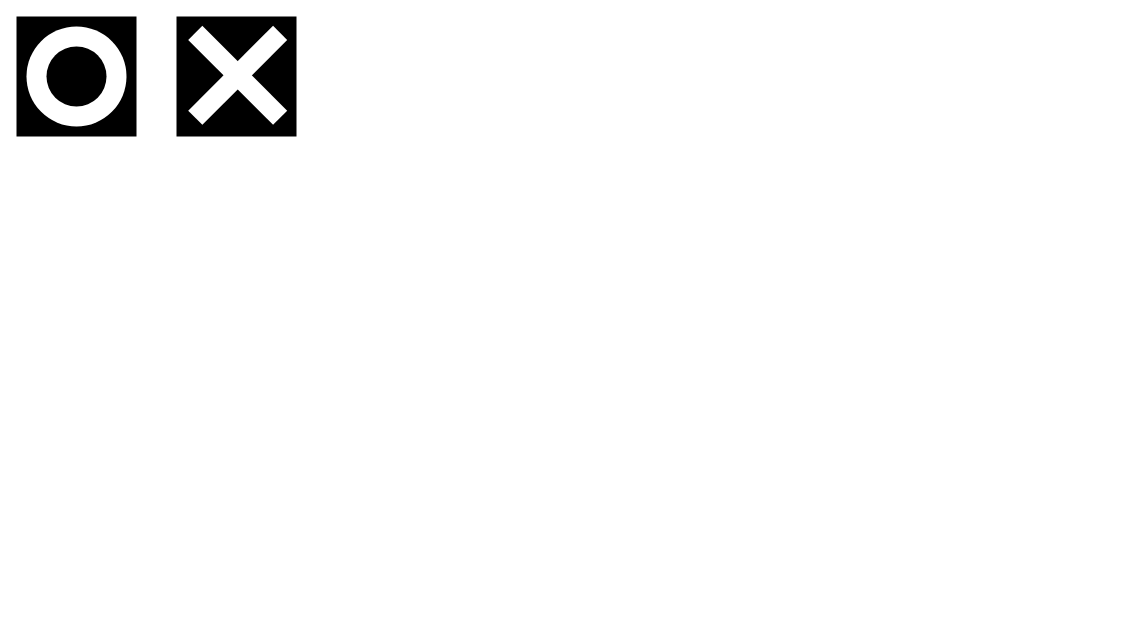
Before: src/thimble-bits/docs/digits.drawio in boytchev/scorm, a draw.io diagram. Source tidied: cells renumbered, new cells numbered last; positions are measured from the earlier drawing's top-left corner, leaving out a move shared by most shapes. Both pictures are drawn from the tidied source at 100%, with x=0, y=0 at pixel (16, 15).
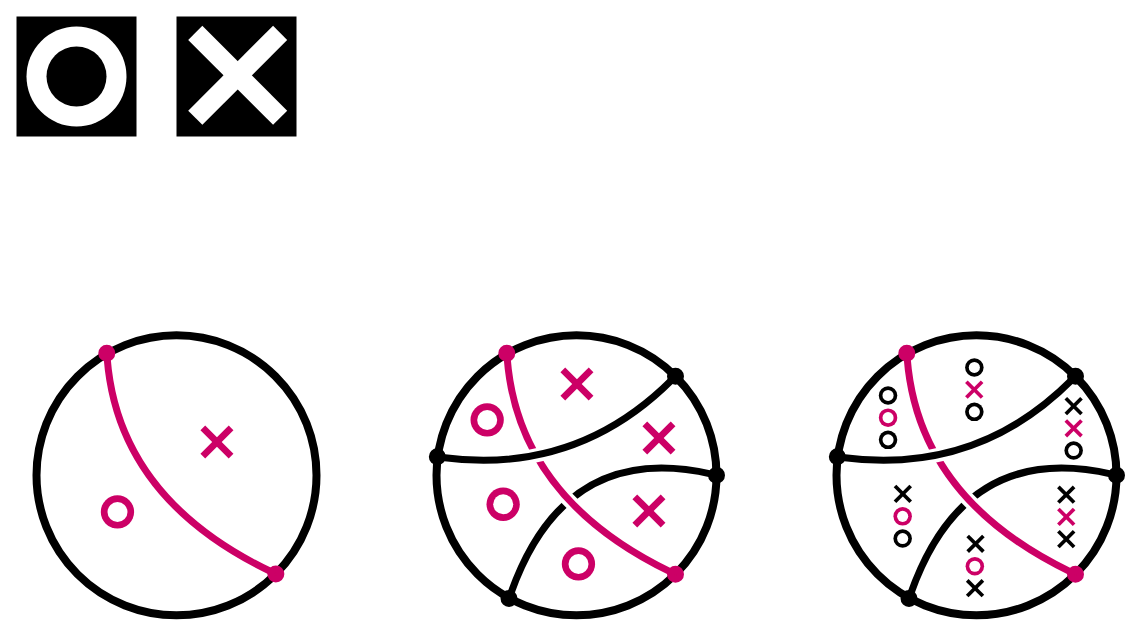
Above is the later version.

The edit, as a diff of the source:
```diff
@@
+    <mxCell id="8" style="ellipse;whiteSpace=wrap;html=1;fillColor=none;strokeWidth=8;" parent="1" vertex="1">
+      <mxGeometry x="20" y="319.8" width="280" height="280" as="geometry" />
+    </mxCell>
+    <mxCell id="9" style="ellipse;whiteSpace=wrap;html=1;fillColor=none;strokeWidth=8;" parent="1" vertex="1">
+      <mxGeometry x="420" y="319.8" width="280" height="280" as="geometry" />
+    </mxCell>
+    <mxCell id="10" style="endArrow=oval;html=1;curved=1;strokeWidth=7;entryX=1;entryY=1;entryDx=0;entryDy=0;exitX=0.251;exitY=0.064;exitDx=0;exitDy=0;strokeColor=#CC0066;exitPerimeter=0;endFill=1;startArrow=oval;startFill=1;endSize=10;startSize=10;" parent="1" edge="1" source="8" target="8">
+      <mxGeometry relative="1" as="geometry">
+        <Array as="points">
+          <mxPoint x="101.7" y="483.1" />
+        </Array>
+      </mxGeometry>
+    </mxCell>
@@
+    <mxCell id="11" style="group;" parent="1" vertex="1">
+      <mxGeometry x="454" y="387.8" width="33.3" height="33.3" as="geometry" />
+    </mxCell>
+    <mxCell id="12" style="ellipse;whiteSpace=wrap;html=1;strokeColor=none;fillColor=#CC0066;" parent="11" vertex="1">
+      <mxGeometry width="33.3" height="33.3" as="geometry" />
+    </mxCell>
+    <mxCell id="13" style="ellipse;whiteSpace=wrap;html=1;strokeColor=none;fillColor=#FFFFFF;" parent="11" vertex="1">
+      <mxGeometry x="6.7" y="6.7" width="20" height="20" as="geometry" />
+    </mxCell>
+    <mxCell id="14" style="group;" parent="1" vertex="1">
+      <mxGeometry x="540" y="348.8" width="40" height="40" as="geometry" />
+    </mxCell>
+    <mxCell id="15" style="rounded=0;whiteSpace=wrap;html=1;fillColor=#CC0066;strokeColor=none;rotation=45;" parent="14" vertex="1">
+      <mxGeometry x="17.1" y="-0.4" width="6.7" height="40" as="geometry" />
+    </mxCell>
+    <mxCell id="16" style="rounded=0;whiteSpace=wrap;html=1;fillColor=#CC0066;strokeColor=none;rotation=-45;" parent="14" vertex="1">
+      <mxGeometry x="17.1" y="-0.4" width="6.7" height="40" as="geometry" />
+    </mxCell>
+    <mxCell id="17" style="group;" parent="1" vertex="1">
+      <mxGeometry x="622" y="402.8" width="40" height="40" as="geometry" />
+    </mxCell>
+    <mxCell id="18" style="rounded=0;whiteSpace=wrap;html=1;fillColor=#CC0066;strokeColor=none;rotation=45;" parent="17" vertex="1">
+      <mxGeometry x="17.1" y="-0.4" width="6.7" height="40" as="geometry" />
+    </mxCell>
+    <mxCell id="19" style="rounded=0;whiteSpace=wrap;html=1;fillColor=#CC0066;strokeColor=none;rotation=-45;" parent="17" vertex="1">
+      <mxGeometry x="17.1" y="-0.4" width="6.7" height="40" as="geometry" />
+    </mxCell>
+    <mxCell id="20" style="group;" parent="1" vertex="1">
+      <mxGeometry x="84.3" y="479.8" width="33.3" height="33.3" as="geometry" />
+    </mxCell>
+    <mxCell id="21" style="ellipse;whiteSpace=wrap;html=1;strokeColor=none;fillColor=#CC0066;" parent="20" vertex="1">
+      <mxGeometry width="33.3" height="33.3" as="geometry" />
+    </mxCell>
+    <mxCell id="22" style="ellipse;whiteSpace=wrap;html=1;strokeColor=none;fillColor=#FFFFFF;" parent="20" vertex="1">
+      <mxGeometry x="6.7" y="6.7" width="20" height="20" as="geometry" />
+    </mxCell>
+    <mxCell id="23" style="group;" parent="1" vertex="1">
+      <mxGeometry x="180" y="406.8" width="40" height="40" as="geometry" />
+    </mxCell>
+    <mxCell id="24" style="rounded=0;whiteSpace=wrap;html=1;fillColor=#CC0066;strokeColor=none;rotation=45;" parent="23" vertex="1">
+      <mxGeometry x="17.1" y="-0.4" width="6.7" height="40" as="geometry" />
+    </mxCell>
+    <mxCell id="25" style="rounded=0;whiteSpace=wrap;html=1;fillColor=#CC0066;strokeColor=none;rotation=-45;" parent="23" vertex="1">
+      <mxGeometry x="17.1" y="-0.4" width="6.7" height="40" as="geometry" />
+    </mxCell>
+    <mxCell id="26" style="endArrow=oval;html=1;curved=1;strokeWidth=7;entryX=1;entryY=0.5;entryDx=0;entryDy=0;exitX=0.259;exitY=0.94;exitDx=0;exitDy=0;endSize=10;startSize=10;startArrow=oval;startFill=1;endFill=1;exitPerimeter=0;" parent="1" edge="1" source="9" target="9">
+      <mxGeometry relative="1" as="geometry">
+        <Array as="points">
+          <mxPoint x="548.3" y="424.8" />
+        </Array>
+      </mxGeometry>
+    </mxCell>
+    <mxCell id="27" style="rounded=0;whiteSpace=wrap;html=1;strokeColor=none;strokeWidth=0.5;fillColor=#FFFFFF;rotation=-44.9;" parent="1" vertex="1">
+      <mxGeometry x="546.7" y="477.1" width="14.2" height="18" as="geometry" />
+    </mxCell>
+    <mxCell id="28" style="group;" parent="1" vertex="1">
+      <mxGeometry x="545.3" y="531.8" width="33.3" height="33.3" as="geometry" />
+    </mxCell>
+    <mxCell id="29" style="ellipse;whiteSpace=wrap;html=1;strokeColor=none;fillColor=#CC0066;" parent="28" vertex="1">
+      <mxGeometry width="33.3" height="33.3" as="geometry" />
+    </mxCell>
+    <mxCell id="30" style="ellipse;whiteSpace=wrap;html=1;strokeColor=none;fillColor=#FFFFFF;" parent="28" vertex="1">
+      <mxGeometry x="6.7" y="6.7" width="20" height="20" as="geometry" />
+    </mxCell>
+    <mxCell id="31" style="group;" parent="1" vertex="1">
+      <mxGeometry x="470" y="472.1" width="33.3" height="33.3" as="geometry" />
+    </mxCell>
+    <mxCell id="32" style="ellipse;whiteSpace=wrap;html=1;strokeColor=none;fillColor=#CC0066;" parent="31" vertex="1">
+      <mxGeometry width="33.3" height="33.3" as="geometry" />
+    </mxCell>
+    <mxCell id="33" style="ellipse;whiteSpace=wrap;html=1;strokeColor=none;fillColor=#FFFFFF;" parent="31" vertex="1">
+      <mxGeometry x="6.7" y="6.7" width="20" height="20" as="geometry" />
+    </mxCell>
+    <mxCell id="34" style="group;" parent="1" vertex="1">
+      <mxGeometry x="612" y="475.8" width="40" height="40" as="geometry" />
+    </mxCell>
+    <mxCell id="35" style="rounded=0;whiteSpace=wrap;html=1;fillColor=#CC0066;strokeColor=none;rotation=45;" parent="34" vertex="1">
+      <mxGeometry x="17.1" y="-0.4" width="6.7" height="40" as="geometry" />
+    </mxCell>
+    <mxCell id="36" style="rounded=0;whiteSpace=wrap;html=1;fillColor=#CC0066;strokeColor=none;rotation=-45;" parent="34" vertex="1">
+      <mxGeometry x="17.1" y="-0.4" width="6.7" height="40" as="geometry" />
+    </mxCell>
+    <mxCell id="37" style="endArrow=oval;html=1;curved=1;strokeWidth=7;entryX=1;entryY=1;entryDx=0;entryDy=0;exitX=0.251;exitY=0.064;exitDx=0;exitDy=0;strokeColor=#CC0066;exitPerimeter=0;endFill=1;startArrow=oval;startFill=1;endSize=10;startSize=10;" parent="1" edge="1">
+      <mxGeometry relative="1" as="geometry">
+        <mxPoint x="490.3" y="337.7" as="sourcePoint" />
+        <mxPoint x="659" y="558.8" as="targetPoint" />
+        <Array as="points">
+          <mxPoint x="501.7" y="483.1" />
+        </Array>
+      </mxGeometry>
+    </mxCell>
+    <mxCell id="38" style="rounded=0;whiteSpace=wrap;html=1;strokeColor=none;strokeWidth=0.5;fillColor=#FFFFFF;rotation=-12;" parent="1" vertex="1">
+      <mxGeometry x="511.2" y="432.8" width="17.7" height="14" as="geometry" />
+    </mxCell>
+    <mxCell id="39" style="endArrow=oval;html=1;curved=1;strokeWidth=7;entryX=1;entryY=0;entryDx=0;entryDy=0;exitX=0.003;exitY=0.434;exitDx=0;exitDy=0;endSize=10;startSize=10;endFill=1;startArrow=oval;startFill=1;exitPerimeter=0;" parent="1" edge="1" source="9" target="9">
+      <mxGeometry relative="1" as="geometry">
+        <Array as="points">
+          <mxPoint x="560" y="459.8" />
+        </Array>
+      </mxGeometry>
+    </mxCell>
+    <mxCell id="40" style="ellipse;whiteSpace=wrap;html=1;fillColor=none;strokeWidth=8;" parent="1" vertex="1">
+      <mxGeometry x="820" y="319.8" width="280" height="280" as="geometry" />
+    </mxCell>
+    <mxCell id="41" style="endArrow=oval;html=1;curved=1;strokeWidth=7;entryX=1;entryY=0.5;entryDx=0;entryDy=0;exitX=0.259;exitY=0.94;exitDx=0;exitDy=0;endSize=10;startSize=10;startArrow=oval;startFill=1;endFill=1;exitPerimeter=0;" parent="1" edge="1" source="40" target="40">
+      <mxGeometry relative="1" as="geometry">
+        <Array as="points">
+          <mxPoint x="948.3" y="424.8" />
+        </Array>
+      </mxGeometry>
+    </mxCell>
+    <mxCell id="42" style="rounded=0;whiteSpace=wrap;html=1;strokeColor=none;strokeWidth=0.5;fillColor=#FFFFFF;rotation=-44.9;" parent="1" vertex="1">
+      <mxGeometry x="946.7" y="477.1" width="14.2" height="18" as="geometry" />
+    </mxCell>
+    <mxCell id="43" style="endArrow=oval;html=1;curved=1;strokeWidth=7;entryX=1;entryY=1;entryDx=0;entryDy=0;exitX=0.251;exitY=0.064;exitDx=0;exitDy=0;strokeColor=#CC0066;exitPerimeter=0;endFill=1;startArrow=oval;startFill=1;endSize=10;startSize=10;" parent="1" edge="1">
+      <mxGeometry relative="1" as="geometry">
+        <mxPoint x="890.3" y="337.7" as="sourcePoint" />
+        <mxPoint x="1059" y="558.8" as="targetPoint" />
+        <Array as="points">
+          <mxPoint x="901.7" y="483.1" />
+        </Array>
+      </mxGeometry>
+    </mxCell>
+    <mxCell id="44" style="rounded=0;whiteSpace=wrap;html=1;strokeColor=none;strokeWidth=0.5;fillColor=#FFFFFF;rotation=-12;" parent="1" vertex="1">
+      <mxGeometry x="911.2" y="432.8" width="17.7" height="14" as="geometry" />
+    </mxCell>
+    <mxCell id="45" style="endArrow=oval;html=1;curved=1;strokeWidth=7;entryX=1;entryY=0;entryDx=0;entryDy=0;exitX=0.003;exitY=0.434;exitDx=0;exitDy=0;endSize=10;startSize=10;endFill=1;startArrow=oval;startFill=1;exitPerimeter=0;" parent="1" edge="1" source="40" target="40">
+      <mxGeometry relative="1" as="geometry">
+        <Array as="points">
+          <mxPoint x="960" y="459.8" />
+        </Array>
+      </mxGeometry>
+    </mxCell>
+    <mxCell id="46" style="group;" parent="1" vertex="1">
+      <mxGeometry x="1038.4" y="468.3" width="22.2" height="66.7" as="geometry" />
+    </mxCell>
+    <mxCell id="47" style="group;" parent="46" vertex="1">
+      <mxGeometry y="44.4" width="22.2" height="22.2" as="geometry" />
+    </mxCell>
+    <mxCell id="48" style="rounded=0;whiteSpace=wrap;html=1;fillColor=#000000;strokeColor=none;rotation=45;" parent="47" vertex="1">
+      <mxGeometry x="9.5" y="-0.2" width="3.7" height="22.2" as="geometry" />
+    </mxCell>
+    <mxCell id="49" style="rounded=0;whiteSpace=wrap;html=1;fillColor=#000000;strokeColor=none;rotation=-45;" parent="47" vertex="1">
+      <mxGeometry x="9.5" y="-0.2" width="3.7" height="22.2" as="geometry" />
+    </mxCell>
+    <mxCell id="50" style="group;" parent="46" vertex="1">
+      <mxGeometry y="22.2" width="22.2" height="22.2" as="geometry" />
+    </mxCell>
+    <mxCell id="51" style="rounded=0;whiteSpace=wrap;html=1;fillColor=#CC0066;strokeColor=none;rotation=45;" parent="50" vertex="1">
+      <mxGeometry x="9.5" y="-0.2" width="3.7" height="22.2" as="geometry" />
+    </mxCell>
+    <mxCell id="52" style="rounded=0;whiteSpace=wrap;html=1;fillColor=#CC0066;strokeColor=none;rotation=-45;" parent="50" vertex="1">
+      <mxGeometry x="9.5" y="-0.2" width="3.7" height="22.2" as="geometry" />
+    </mxCell>
+    <mxCell id="53" style="rounded=0;whiteSpace=wrap;html=1;fillColor=#000000;strokeColor=none;rotation=45;" parent="46" vertex="1">
+      <mxGeometry x="9.5" y="-0.2" width="3.7" height="22.2" as="geometry" />
+    </mxCell>
+    <mxCell id="54" style="rounded=0;whiteSpace=wrap;html=1;fillColor=#000000;strokeColor=none;rotation=-45;" parent="46" vertex="1">
+      <mxGeometry x="9.5" y="-0.2" width="3.7" height="22.2" as="geometry" />
+    </mxCell>
+    <mxCell id="55" style="group;" parent="1" vertex="1">
+      <mxGeometry x="946.4" y="340.8" width="22.5" height="66.7" as="geometry" />
+    </mxCell>
+    <mxCell id="56" style="group;" parent="55" vertex="1">
+      <mxGeometry y="22.4" width="22.2" height="22.2" as="geometry" />
+    </mxCell>
+    <mxCell id="57" style="rounded=0;whiteSpace=wrap;html=1;fillColor=#CC0066;strokeColor=none;rotation=45;" parent="56" vertex="1">
+      <mxGeometry x="9.5" y="-0.2" width="3.7" height="22.2" as="geometry" />
+    </mxCell>
+    <mxCell id="58" style="rounded=0;whiteSpace=wrap;html=1;fillColor=#CC0066;strokeColor=none;rotation=-45;" parent="56" vertex="1">
+      <mxGeometry x="9.5" y="-0.2" width="3.7" height="22.2" as="geometry" />
+    </mxCell>
+    <mxCell id="59" style="group;" parent="55" vertex="1">
+      <mxGeometry x="0.3" y="44.4" width="22.2" height="22.2" as="geometry" />
+    </mxCell>
+    <mxCell id="60" style="ellipse;whiteSpace=wrap;html=1;strokeColor=none;fillColor=#000000;" parent="59" vertex="1">
+      <mxGeometry x="1.9" y="1.9" width="18.5" height="18.5" as="geometry" />
+    </mxCell>
+    <mxCell id="61" style="ellipse;whiteSpace=wrap;html=1;strokeColor=none;fillColor=#FFFFFF;" parent="59" vertex="1">
+      <mxGeometry x="5.6" y="5.6" width="11.1" height="11.1" as="geometry" />
+    </mxCell>
+    <mxCell id="62" style="group;" parent="55" vertex="1">
+      <mxGeometry x="0.3" width="22.2" height="22.2" as="geometry" />
+    </mxCell>
+    <mxCell id="63" style="ellipse;whiteSpace=wrap;html=1;strokeColor=none;fillColor=#000000;" parent="62" vertex="1">
+      <mxGeometry x="1.9" y="1.9" width="18.5" height="18.5" as="geometry" />
+    </mxCell>
+    <mxCell id="64" style="ellipse;whiteSpace=wrap;html=1;strokeColor=none;fillColor=#FFFFFF;" parent="62" vertex="1">
+      <mxGeometry x="5.6" y="5.6" width="11.1" height="11.1" as="geometry" />
+    </mxCell>
+    <mxCell id="65" style="group;" parent="1" vertex="1">
+      <mxGeometry x="1045.8" y="379.7" width="22.2" height="64.6" as="geometry" />
+    </mxCell>
+    <mxCell id="66" style="group;" parent="65" vertex="1">
+      <mxGeometry width="22.2" height="22.2" as="geometry" />
+    </mxCell>
+    <mxCell id="67" style="rounded=0;whiteSpace=wrap;html=1;fillColor=#000000;strokeColor=none;rotation=45;" parent="66" vertex="1">
+      <mxGeometry x="9.5" y="-0.2" width="3.7" height="22.2" as="geometry" />
+    </mxCell>
+    <mxCell id="68" style="rounded=0;whiteSpace=wrap;html=1;fillColor=#000000;strokeColor=none;rotation=-45;" parent="66" vertex="1">
+      <mxGeometry x="9.5" y="-0.2" width="3.7" height="22.2" as="geometry" />
+    </mxCell>
+    <mxCell id="69" style="group;" parent="65" vertex="1">
+      <mxGeometry y="22.2" width="22.2" height="22.2" as="geometry" />
+    </mxCell>
+    <mxCell id="70" style="rounded=0;whiteSpace=wrap;html=1;fillColor=#CC0066;strokeColor=none;rotation=45;" parent="69" vertex="1">
+      <mxGeometry x="9.5" y="-0.2" width="3.7" height="22.2" as="geometry" />
+    </mxCell>
+    <mxCell id="71" style="rounded=0;whiteSpace=wrap;html=1;fillColor=#CC0066;strokeColor=none;rotation=-45;" parent="69" vertex="1">
+      <mxGeometry x="9.5" y="-0.2" width="3.7" height="22.2" as="geometry" />
+    </mxCell>
+    <mxCell id="72" style="ellipse;whiteSpace=wrap;html=1;strokeColor=none;fillColor=#000000;" parent="65" vertex="1">
+      <mxGeometry x="2.1" y="46.1" width="18.5" height="18.5" as="geometry" />
+    </mxCell>
+    <mxCell id="73" style="ellipse;whiteSpace=wrap;html=1;strokeColor=none;fillColor=#FFFFFF;" parent="65" vertex="1">
+      <mxGeometry x="5.8" y="49.8" width="11.1" height="11.1" as="geometry" />
+    </mxCell>
+    <mxCell id="74" style="group;" parent="1" vertex="1">
+      <mxGeometry x="947.2" y="519.1" width="22.2" height="64.9" as="geometry" />
+    </mxCell>
+    <mxCell id="75" style="group;" parent="74" vertex="1">
+      <mxGeometry y="42.7" width="22.2" height="22.2" as="geometry" />
+    </mxCell>
+    <mxCell id="76" style="rounded=0;whiteSpace=wrap;html=1;fillColor=#000000;strokeColor=none;rotation=45;" parent="75" vertex="1">
+      <mxGeometry x="9.5" y="-0.2" width="3.7" height="22.2" as="geometry" />
+    </mxCell>
+    <mxCell id="77" style="rounded=0;whiteSpace=wrap;html=1;fillColor=#000000;strokeColor=none;rotation=-45;" parent="75" vertex="1">
+      <mxGeometry x="9.5" y="-0.2" width="3.7" height="22.2" as="geometry" />
+    </mxCell>
+    <mxCell id="78" style="group;" parent="74" vertex="1">
+      <mxGeometry y="20.5" width="22.2" height="22.2" as="geometry" />
+    </mxCell>
+    <mxCell id="79" style="ellipse;whiteSpace=wrap;html=1;strokeColor=none;fillColor=#CC0066;" parent="78" vertex="1">
+      <mxGeometry x="1.9" y="1.9" width="18.5" height="18.5" as="geometry" />
+    </mxCell>
+    <mxCell id="80" style="ellipse;whiteSpace=wrap;html=1;strokeColor=none;fillColor=#FFFFFF;" parent="78" vertex="1">
+      <mxGeometry x="5.6" y="5.6" width="11.1" height="11.1" as="geometry" />
+    </mxCell>
+    <mxCell id="81" style="rounded=0;whiteSpace=wrap;html=1;fillColor=#000000;strokeColor=none;rotation=45;" parent="74" vertex="1">
+      <mxGeometry x="10" y="-1.9" width="3.7" height="22.2" as="geometry" />
+    </mxCell>
+    <mxCell id="82" style="rounded=0;whiteSpace=wrap;html=1;fillColor=#000000;strokeColor=none;rotation=-45;" parent="74" vertex="1">
+      <mxGeometry x="10" y="-1.9" width="3.7" height="22.2" as="geometry" />
+    </mxCell>
+    <mxCell id="83" style="group;" parent="1" vertex="1">
+      <mxGeometry x="862.3" y="370.7" width="18.5" height="63" as="geometry" />
+    </mxCell>
+    <mxCell id="84" style="ellipse;whiteSpace=wrap;html=1;strokeColor=none;fillColor=#000000;" parent="83" vertex="1">
+      <mxGeometry y="44.4" width="18.5" height="18.5" as="geometry" />
+    </mxCell>
+    <mxCell id="85" style="ellipse;whiteSpace=wrap;html=1;strokeColor=none;fillColor=#FFFFFF;" parent="83" vertex="1">
+      <mxGeometry x="3.7" y="48.1" width="11.1" height="11.1" as="geometry" />
+    </mxCell>
+    <mxCell id="86" style="ellipse;whiteSpace=wrap;html=1;strokeColor=none;fillColor=#CC0066;" parent="83" vertex="1">
+      <mxGeometry y="22.2" width="18.5" height="18.5" as="geometry" />
+    </mxCell>
+    <mxCell id="87" style="ellipse;whiteSpace=wrap;html=1;strokeColor=none;fillColor=#FFFFFF;" parent="83" vertex="1">
+      <mxGeometry x="3.7" y="25.9" width="11.1" height="11.1" as="geometry" />
+    </mxCell>
+    <mxCell id="88" style="ellipse;whiteSpace=wrap;html=1;strokeColor=none;fillColor=#000000;" parent="83" vertex="1">
+      <mxGeometry width="18.5" height="18.5" as="geometry" />
+    </mxCell>
+    <mxCell id="89" style="ellipse;whiteSpace=wrap;html=1;strokeColor=none;fillColor=#FFFFFF;" parent="83" vertex="1">
+      <mxGeometry x="3.7" y="3.7" width="11.1" height="11.1" as="geometry" />
+    </mxCell>
+    <mxCell id="90" style="group;" parent="1" vertex="1">
+      <mxGeometry x="876.9" y="469.2" width="18.6" height="63.1" as="geometry" />
+    </mxCell>
+    <mxCell id="91" style="ellipse;whiteSpace=wrap;html=1;strokeColor=none;fillColor=#000000;" parent="90" vertex="1">
+      <mxGeometry y="44.6" width="18.5" height="18.5" as="geometry" />
+    </mxCell>
+    <mxCell id="92" style="ellipse;whiteSpace=wrap;html=1;strokeColor=none;fillColor=#FFFFFF;" parent="90" vertex="1">
+      <mxGeometry x="3.7" y="48.3" width="11.1" height="11.1" as="geometry" />
+    </mxCell>
+    <mxCell id="93" style="ellipse;whiteSpace=wrap;html=1;strokeColor=none;fillColor=#CC0066;" parent="90" vertex="1">
+      <mxGeometry y="22.4" width="18.5" height="18.5" as="geometry" />
+    </mxCell>
+    <mxCell id="94" style="ellipse;whiteSpace=wrap;html=1;strokeColor=none;fillColor=#FFFFFF;" parent="90" vertex="1">
+      <mxGeometry x="3.7" y="26.1" width="11.1" height="11.1" as="geometry" />
+    </mxCell>
+    <mxCell id="95" style="rounded=0;whiteSpace=wrap;html=1;fillColor=#000000;strokeColor=none;rotation=45;" parent="90" vertex="1">
+      <mxGeometry x="7.6" y="-1.9" width="3.7" height="22.2" as="geometry" />
+    </mxCell>
+    <mxCell id="96" style="rounded=0;whiteSpace=wrap;html=1;fillColor=#000000;strokeColor=none;rotation=-45;" parent="90" vertex="1">
+      <mxGeometry x="7.6" y="-1.9" width="3.7" height="22.2" as="geometry" />
+    </mxCell>
```
